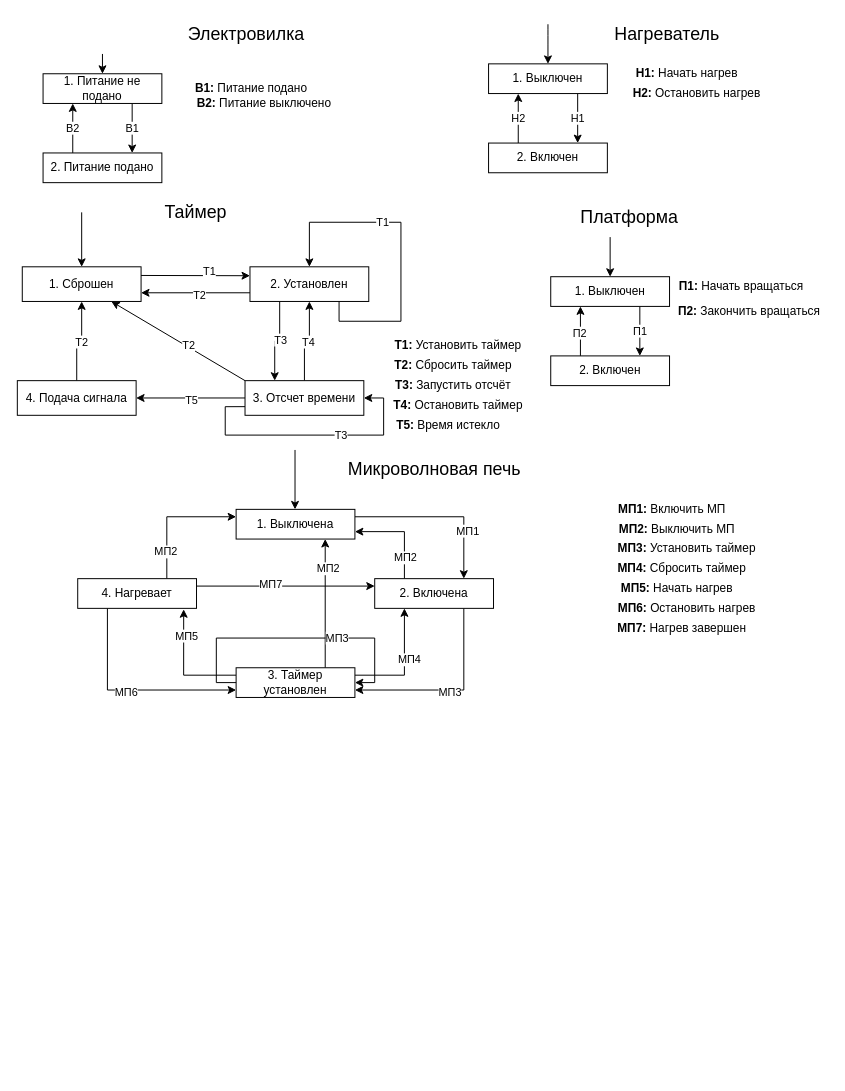
Earlier version of the draw.io diagram page "ДПС" (2 of 6) of eduSem_4/objectOrientedProgramming/LR_5/AndreevAA_LR5_UML.drawio (AndreevAA/BMSTU). Source tidied: cells renumbered, new cells numbered last; positions are measured from the earlier drawing's top-left corner, leaving out a move shared by most shapes. Both pictures are drawn from the tidied source at 99%, with x=0, y=0 at pixel (17, 24).
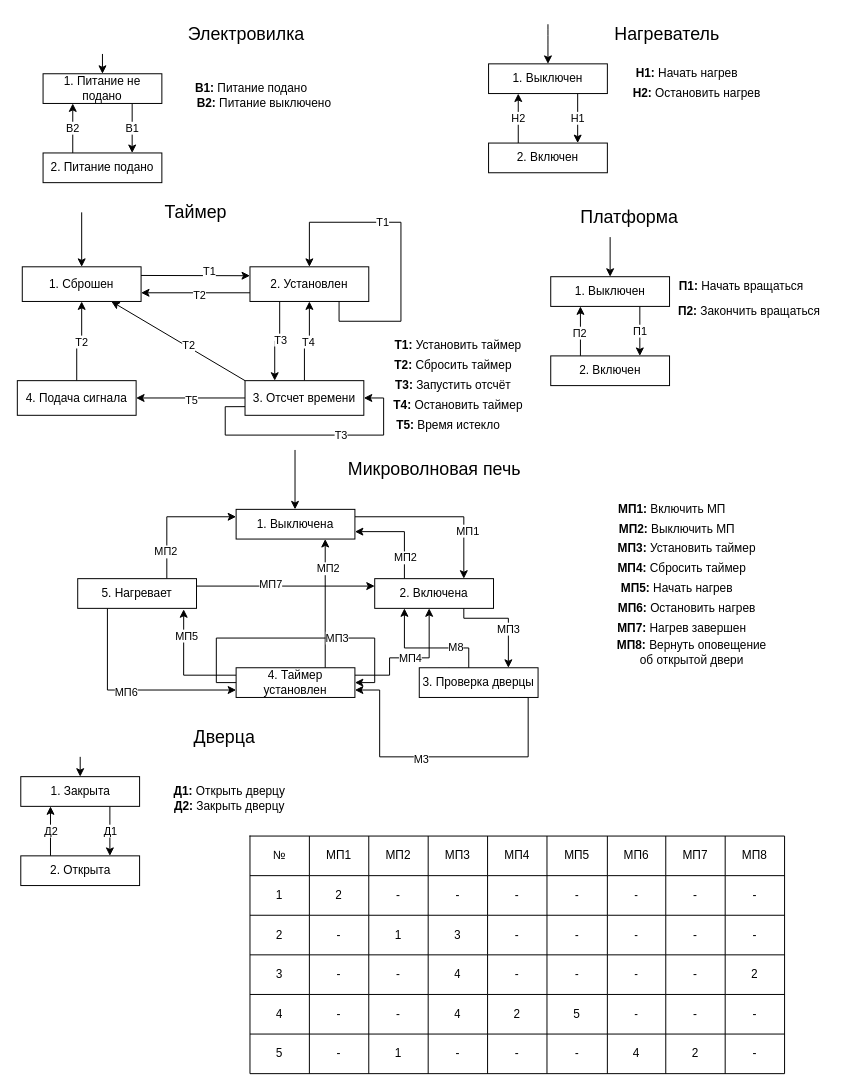
Above is the later version.

The change refers to these unchanged cells:
```xml
<mxCell id="60" value="2. Включена" style="rounded=0;whiteSpace=wrap;html=1;" parent="1" vertex="1">
  <mxGeometry x="361" y="560" width="120" height="30" as="geometry" />
</mxCell>
```

The edit, as a diff of the source:
```diff
@@
-    <mxCell id="58" style="edgeStyle=orthogonalEdgeStyle;rounded=0;jettySize=auto;html=1;exitX=0.75;exitY=1;exitDx=0;exitDy=0;entryX=1;entryY=0.75;entryDx=0;entryDy=0;" parent="1" edge="1" source="60" target="67">
-      <mxGeometry relative="1" as="geometry" />
+    <mxCell id="58" style="edgeStyle=orthogonalEdgeStyle;rounded=0;jettySize=auto;html=1;exitX=0.75;exitY=1;exitDx=0;exitDy=0;entryX=0.75;entryY=0;entryDx=0;entryDy=0;" parent="1" edge="1" source="60" target="100">
+      <mxGeometry relative="1" as="geometry">
+        <Array as="points">
+          <mxPoint x="451" y="600" />
+          <mxPoint x="496" y="600" />
+        </Array>
+      </mxGeometry>
     </mxCell>
     <mxCell id="59" value="МП3" style="edgeLabel;html=1;align=center;verticalAlign=middle;" parent="58" vertex="1">
       <mxGeometry x="0.02" y="2" relative="1" as="geometry">
-        <mxPoint x="1" as="offset" />
+        <mxPoint y="12" as="offset" />
       </mxGeometry>
     </mxCell>
@@
-    <mxCell id="65" style="edgeStyle=orthogonalEdgeStyle;rounded=0;jettySize=auto;html=1;exitX=1;exitY=0.25;exitDx=0;exitDy=0;entryX=0.25;entryY=1;entryDx=0;entryDy=0;" parent="1" edge="1" source="67" target="60">
-      <mxGeometry relative="1" as="geometry" />
+    <mxCell id="65" style="edgeStyle=orthogonalEdgeStyle;rounded=0;jettySize=auto;html=1;exitX=1;exitY=0.25;exitDx=0;exitDy=0;" parent="1" edge="1" source="67">
+      <mxGeometry relative="1" as="geometry">
+        <mxPoint x="416" y="590" as="targetPoint" />
+        <Array as="points">
+          <mxPoint x="376" y="658" />
+          <mxPoint x="376" y="640" />
+          <mxPoint x="416" y="640" />
+        </Array>
+      </mxGeometry>
     </mxCell>
     <mxCell id="66" value="МП4" style="edgeLabel;html=1;align=center;verticalAlign=middle;" parent="65" vertex="1">
-      <mxGeometry x="0.13" y="-4" relative="1" as="geometry" />
+      <mxGeometry x="0.13" y="-4" relative="1" as="geometry">
+        <mxPoint x="-8" y="-4" as="offset" />
+      </mxGeometry>
     </mxCell>
-    <mxCell id="67" value="3. Таймер установлен" style="rounded=0;whiteSpace=wrap;html=1;" parent="1" vertex="1">
+    <mxCell id="67" value="4. Таймер установлен" style="rounded=0;whiteSpace=wrap;html=1;" parent="1" vertex="1">
       <mxGeometry x="221" y="650" width="120" height="30" as="geometry" />
     </mxCell>
@@
-    <mxCell id="74" value="4. Нагревает" style="rounded=0;whiteSpace=wrap;html=1;" parent="1" vertex="1">
+    <mxCell id="74" value="5. Нагревает" style="rounded=0;whiteSpace=wrap;html=1;" parent="1" vertex="1">
       <mxGeometry x="61" y="560" width="120" height="30" as="geometry" />
     </mxCell>
@@
+    <mxCell id="89" value="Д2" style="edgeStyle=orthogonalEdgeStyle;rounded=0;jettySize=auto;html=1;exitX=0.25;exitY=0;exitDx=0;exitDy=0;entryX=0.25;entryY=1;entryDx=0;entryDy=0;" parent="1" edge="1" source="90" target="92">
+      <mxGeometry relative="1" as="geometry" />
+    </mxCell>
+    <mxCell id="90" value="2. Открыта" style="rounded=0;whiteSpace=wrap;html=1;" parent="1" vertex="1">
+      <mxGeometry x="3.5" y="840" width="120" height="30" as="geometry" />
+    </mxCell>
+    <mxCell id="91" value="Д1" style="edgeStyle=orthogonalEdgeStyle;rounded=0;jettySize=auto;html=1;entryX=0.75;entryY=0;entryDx=0;entryDy=0;exitX=0.75;exitY=1;exitDx=0;exitDy=0;" parent="1" edge="1" source="92" target="90">
+      <mxGeometry relative="1" as="geometry" />
+    </mxCell>
+    <mxCell id="92" value="1. Закрыта" style="rounded=0;whiteSpace=wrap;html=1;" parent="1" vertex="1">
+      <mxGeometry x="3.5" y="760" width="120" height="30" as="geometry" />
+    </mxCell>
+    <mxCell id="93" style="endArrow=classic;html=1;entryX=0.5;entryY=0;entryDx=0;entryDy=0;" parent="1" edge="1" target="92">
+      <mxGeometry relative="1" as="geometry">
+        <mxPoint x="63.5" y="740" as="sourcePoint" />
+      </mxGeometry>
+    </mxCell>
+    <mxCell id="94" value="&lt;span style=&quot;font-size: 18px&quot;&gt;Дверца&lt;/span&gt;" style="text;html=1;align=center;verticalAlign=middle;" parent="1" vertex="1">
+      <mxGeometry x="168.5" y="710" width="80" height="20" as="geometry" />
+    </mxCell>
+    <mxCell id="95" value="&lt;b&gt;Д1: &lt;/b&gt;Открыть дверцу" style="text;html=1;align=center;verticalAlign=middle;" parent="1" vertex="1">
+      <mxGeometry x="148.5" y="765" width="130" height="20" as="geometry" />
+    </mxCell>
+    <mxCell id="96" value="&lt;b&gt;Д2:&lt;/b&gt; Закрыть дверцу" style="text;html=1;align=center;verticalAlign=middle;" parent="1" vertex="1">
+      <mxGeometry x="148.5" y="780" width="130" height="20" as="geometry" />
+    </mxCell>
+    <mxCell id="97" value="М8" style="edgeStyle=orthogonalEdgeStyle;rounded=0;jettySize=auto;html=1;exitX=0.25;exitY=0;exitDx=0;exitDy=0;entryX=0.25;entryY=1;entryDx=0;entryDy=0;" parent="1" edge="1" source="100" target="60">
+      <mxGeometry relative="1" as="geometry">
+        <Array as="points">
+          <mxPoint x="456" y="670" />
+          <mxPoint x="456" y="630" />
+          <mxPoint x="391" y="630" />
+        </Array>
+      </mxGeometry>
+    </mxCell>
+    <mxCell id="98" style="edgeStyle=orthogonalEdgeStyle;rounded=0;jettySize=auto;html=1;exitX=0.75;exitY=1;exitDx=0;exitDy=0;entryX=1;entryY=0.75;entryDx=0;entryDy=0;" parent="1" edge="1" source="100" target="67">
+      <mxGeometry relative="1" as="geometry">
+        <Array as="points">
+          <mxPoint x="516" y="680" />
+          <mxPoint x="516" y="740" />
+          <mxPoint x="366" y="740" />
+          <mxPoint x="366" y="673" />
+        </Array>
+      </mxGeometry>
+    </mxCell>
+    <mxCell id="99" value="М3" style="edgeLabel;html=1;align=center;verticalAlign=middle;" parent="98" vertex="1">
+      <mxGeometry x="0.17" y="2" relative="1" as="geometry" />
+    </mxCell>
+    <mxCell id="100" value="3. Проверка дверцы" style="rounded=0;whiteSpace=wrap;html=1;" parent="1" vertex="1">
+      <mxGeometry x="406" y="650" width="120" height="30" as="geometry" />
+    </mxCell>
+    <mxCell id="101" value="&lt;b&gt;МП8: &lt;/b&gt;Вернуть оповещение &lt;br&gt;об открытой двери" style="text;html=1;align=center;verticalAlign=middle;" parent="1" vertex="1">
+      <mxGeometry x="596" y="620" width="170" height="30" as="geometry" />
+    </mxCell>
+    <mxCell id="102" style="shape=table;html=1;whiteSpace=wrap;startSize=0;childLayout=tableLayout;" parent="1" vertex="1">
+      <mxGeometry x="235" y="820" width="540" height="240" as="geometry" />
+    </mxCell>
+    <mxCell id="103" style="shape=partialRectangle;html=1;whiteSpace=wrap;fillColor=none;top=0;left=0;bottom=0;right=0;" parent="102" vertex="1">
+      <mxGeometry width="540" height="40" as="geometry" />
+    </mxCell>
+    <mxCell id="104" value="№" style="shape=partialRectangle;html=1;whiteSpace=wrap;overflow=hidden;fillColor=none;top=0;left=0;bottom=0;right=0;" parent="103" vertex="1">
+      <mxGeometry width="60" height="40" as="geometry" />
+    </mxCell>
+    <mxCell id="105" value="МП1" style="shape=partialRectangle;html=1;whiteSpace=wrap;overflow=hidden;fillColor=none;top=0;left=0;bottom=0;right=0;" parent="103" vertex="1">
+      <mxGeometry x="60" width="60" height="40" as="geometry" />
+    </mxCell>
+    <mxCell id="106" value="&lt;span&gt;МП2&lt;/span&gt;" style="shape=partialRectangle;html=1;whiteSpace=wrap;overflow=hidden;fillColor=none;top=0;left=0;bottom=0;right=0;" parent="103" vertex="1">
+      <mxGeometry x="120" width="60" height="40" as="geometry" />
+    </mxCell>
+    <mxCell id="107" value="&lt;span&gt;МП3&lt;/span&gt;" style="shape=partialRectangle;html=1;whiteSpace=wrap;overflow=hidden;fillColor=none;top=0;left=0;bottom=0;right=0;" parent="103" vertex="1">
+      <mxGeometry x="180" width="60" height="40" as="geometry" />
+    </mxCell>
+    <mxCell id="108" value="&lt;span&gt;МП4&lt;/span&gt;" style="shape=partialRectangle;html=1;whiteSpace=wrap;overflow=hidden;fillColor=none;top=0;left=0;bottom=0;right=0;" parent="103" vertex="1">
+      <mxGeometry x="240" width="60" height="40" as="geometry" />
+    </mxCell>
+    <mxCell id="109" value="&lt;span&gt;МП5&lt;/span&gt;" style="shape=partialRectangle;html=1;whiteSpace=wrap;overflow=hidden;fillColor=none;top=0;left=0;bottom=0;right=0;" parent="103" vertex="1">
+      <mxGeometry x="300" width="61" height="40" as="geometry" />
+    </mxCell>
+    <mxCell id="110" value="&lt;span&gt;МП6&lt;/span&gt;" style="shape=partialRectangle;html=1;whiteSpace=wrap;overflow=hidden;fillColor=none;top=0;left=0;bottom=0;right=0;" parent="103" vertex="1">
+      <mxGeometry x="361" width="59" height="40" as="geometry" />
+    </mxCell>
+    <mxCell id="111" value="&lt;span&gt;МП7&lt;/span&gt;" style="shape=partialRectangle;html=1;whiteSpace=wrap;overflow=hidden;fillColor=none;top=0;left=0;bottom=0;right=0;" parent="103" vertex="1">
+      <mxGeometry x="420" width="60" height="40" as="geometry" />
+    </mxCell>
+    <mxCell id="112" value="&lt;span&gt;МП8&lt;/span&gt;" style="shape=partialRectangle;html=1;whiteSpace=wrap;overflow=hidden;fillColor=none;top=0;left=0;bottom=0;right=0;" parent="103" vertex="1">
+      <mxGeometry x="480" width="60" height="40" as="geometry" />
+    </mxCell>
+    <mxCell id="113" style="shape=partialRectangle;html=1;whiteSpace=wrap;fillColor=none;top=0;left=0;bottom=0;right=0;" parent="102" vertex="1">
+      <mxGeometry y="40" width="540" height="40" as="geometry" />
+    </mxCell>
+    <mxCell id="114" value="1" style="shape=partialRectangle;html=1;whiteSpace=wrap;overflow=hidden;fillColor=none;top=0;left=0;bottom=0;right=0;" parent="113" vertex="1">
+      <mxGeometry width="60" height="40" as="geometry" />
+    </mxCell>
+    <mxCell id="115" value="2" style="shape=partialRectangle;html=1;whiteSpace=wrap;overflow=hidden;fillColor=none;top=0;left=0;bottom=0;right=0;" parent="113" vertex="1">
+      <mxGeometry x="60" width="60" height="40" as="geometry" />
+    </mxCell>
+    <mxCell id="116" value="-" style="shape=partialRectangle;html=1;whiteSpace=wrap;overflow=hidden;fillColor=none;top=0;left=0;bottom=0;right=0;" parent="113" vertex="1">
+      <mxGeometry x="120" width="60" height="40" as="geometry" />
+    </mxCell>
+    <mxCell id="117" value="-" style="shape=partialRectangle;html=1;whiteSpace=wrap;overflow=hidden;fillColor=none;top=0;left=0;bottom=0;right=0;" parent="113" vertex="1">
+      <mxGeometry x="180" width="60" height="40" as="geometry" />
+    </mxCell>
+    <mxCell id="118" value="-" style="shape=partialRectangle;html=1;whiteSpace=wrap;overflow=hidden;fillColor=none;top=0;left=0;bottom=0;right=0;" parent="113" vertex="1">
+      <mxGeometry x="240" width="60" height="40" as="geometry" />
+    </mxCell>
+    <mxCell id="119" value="-" style="shape=partialRectangle;html=1;whiteSpace=wrap;overflow=hidden;fillColor=none;top=0;left=0;bottom=0;right=0;" parent="113" vertex="1">
+      <mxGeometry x="300" width="61" height="40" as="geometry" />
+    </mxCell>
+    <mxCell id="120" value="-" style="shape=partialRectangle;html=1;whiteSpace=wrap;overflow=hidden;fillColor=none;top=0;left=0;bottom=0;right=0;" parent="113" vertex="1">
+      <mxGeometry x="361" width="59" height="40" as="geometry" />
+    </mxCell>
+    <mxCell id="121" value="-" style="shape=partialRectangle;html=1;whiteSpace=wrap;overflow=hidden;fillColor=none;top=0;left=0;bottom=0;right=0;" parent="113" vertex="1">
+      <mxGeometry x="420" width="60" height="40" as="geometry" />
+    </mxCell>
+    <mxCell id="122" value="-" style="shape=partialRectangle;html=1;whiteSpace=wrap;overflow=hidden;fillColor=none;top=0;left=0;bottom=0;right=0;" parent="113" vertex="1">
+      <mxGeometry x="480" width="60" height="40" as="geometry" />
+    </mxCell>
+    <mxCell id="123" style="shape=partialRectangle;html=1;whiteSpace=wrap;fillColor=none;top=0;left=0;bottom=0;right=0;" parent="102" vertex="1">
+      <mxGeometry y="80" width="540" height="40" as="geometry" />
+    </mxCell>
+    <mxCell id="124" value="2" style="shape=partialRectangle;html=1;whiteSpace=wrap;overflow=hidden;fillColor=none;top=0;left=0;bottom=0;right=0;" parent="123" vertex="1">
+      <mxGeometry width="60" height="40" as="geometry" />
+    </mxCell>
+    <mxCell id="125" value="-" style="shape=partialRectangle;html=1;whiteSpace=wrap;overflow=hidden;fillColor=none;top=0;left=0;bottom=0;right=0;" parent="123" vertex="1">
+      <mxGeometry x="60" width="60" height="40" as="geometry" />
+    </mxCell>
+    <mxCell id="126" value="1" style="shape=partialRectangle;html=1;whiteSpace=wrap;overflow=hidden;fillColor=none;top=0;left=0;bottom=0;right=0;" parent="123" vertex="1">
+      <mxGeometry x="120" width="60" height="40" as="geometry" />
+    </mxCell>
+    <mxCell id="127" value="3" style="shape=partialRectangle;html=1;whiteSpace=wrap;overflow=hidden;fillColor=none;top=0;left=0;bottom=0;right=0;" parent="123" vertex="1">
+      <mxGeometry x="180" width="60" height="40" as="geometry" />
+    </mxCell>
+    <mxCell id="128" value="-" style="shape=partialRectangle;html=1;whiteSpace=wrap;overflow=hidden;fillColor=none;top=0;left=0;bottom=0;right=0;" parent="123" vertex="1">
+      <mxGeometry x="240" width="60" height="40" as="geometry" />
+    </mxCell>
+    <mxCell id="129" value="-" style="shape=partialRectangle;html=1;whiteSpace=wrap;overflow=hidden;fillColor=none;top=0;left=0;bottom=0;right=0;" parent="123" vertex="1">
+      <mxGeometry x="300" width="61" height="40" as="geometry" />
+    </mxCell>
+    <mxCell id="130" value="-" style="shape=partialRectangle;html=1;whiteSpace=wrap;overflow=hidden;fillColor=none;top=0;left=0;bottom=0;right=0;" parent="123" vertex="1">
+      <mxGeometry x="361" width="59" height="40" as="geometry" />
+    </mxCell>
+    <mxCell id="131" value="-" style="shape=partialRectangle;html=1;whiteSpace=wrap;overflow=hidden;fillColor=none;top=0;left=0;bottom=0;right=0;" parent="123" vertex="1">
+      <mxGeometry x="420" width="60" height="40" as="geometry" />
+    </mxCell>
+    <mxCell id="132" value="-" style="shape=partialRectangle;html=1;whiteSpace=wrap;overflow=hidden;fillColor=none;top=0;left=0;bottom=0;right=0;" parent="123" vertex="1">
+      <mxGeometry x="480" width="60" height="40" as="geometry" />
+    </mxCell>
+    <mxCell id="133" style="shape=partialRectangle;html=1;whiteSpace=wrap;fillColor=none;top=0;left=0;bottom=0;right=0;" parent="102" vertex="1">
+      <mxGeometry y="120" width="540" height="40" as="geometry" />
+    </mxCell>
+    <mxCell id="134" value="3" style="shape=partialRectangle;html=1;whiteSpace=wrap;overflow=hidden;fillColor=none;top=0;left=0;bottom=0;right=0;" parent="133" vertex="1">
+      <mxGeometry width="60" height="40" as="geometry" />
+    </mxCell>
+    <mxCell id="135" value="-" style="shape=partialRectangle;html=1;whiteSpace=wrap;overflow=hidden;fillColor=none;top=0;left=0;bottom=0;right=0;" parent="133" vertex="1">
+      <mxGeometry x="60" width="60" height="40" as="geometry" />
+    </mxCell>
+    <mxCell id="136" value="-" style="shape=partialRectangle;html=1;whiteSpace=wrap;overflow=hidden;fillColor=none;top=0;left=0;bottom=0;right=0;" parent="133" vertex="1">
+      <mxGeometry x="120" width="60" height="40" as="geometry" />
+    </mxCell>
+    <mxCell id="137" value="4" style="shape=partialRectangle;html=1;whiteSpace=wrap;overflow=hidden;fillColor=none;top=0;left=0;bottom=0;right=0;" parent="133" vertex="1">
+      <mxGeometry x="180" width="60" height="40" as="geometry" />
+    </mxCell>
+    <mxCell id="138" value="-" style="shape=partialRectangle;html=1;whiteSpace=wrap;overflow=hidden;fillColor=none;top=0;left=0;bottom=0;right=0;" parent="133" vertex="1">
+      <mxGeometry x="240" width="60" height="40" as="geometry" />
+    </mxCell>
+    <mxCell id="139" value="-" style="shape=partialRectangle;html=1;whiteSpace=wrap;overflow=hidden;fillColor=none;top=0;left=0;bottom=0;right=0;" parent="133" vertex="1">
+      <mxGeometry x="300" width="61" height="40" as="geometry" />
+    </mxCell>
+    <mxCell id="140" value="-" style="shape=partialRectangle;html=1;whiteSpace=wrap;overflow=hidden;fillColor=none;top=0;left=0;bottom=0;right=0;" parent="133" vertex="1">
+      <mxGeometry x="361" width="59" height="40" as="geometry" />
+    </mxCell>
+    <mxCell id="141" value="-" style="shape=partialRectangle;html=1;whiteSpace=wrap;overflow=hidden;fillColor=none;top=0;left=0;bottom=0;right=0;" parent="133" vertex="1">
+      <mxGeometry x="420" width="60" height="40" as="geometry" />
+    </mxCell>
+    <mxCell id="142" value="2" style="shape=partialRectangle;html=1;whiteSpace=wrap;overflow=hidden;fillColor=none;top=0;left=0;bottom=0;right=0;" parent="133" vertex="1">
+      <mxGeometry x="480" width="60" height="40" as="geometry" />
+    </mxCell>
+    <mxCell id="143" style="shape=partialRectangle;html=1;whiteSpace=wrap;fillColor=none;top=0;left=0;bottom=0;right=0;" parent="102" vertex="1">
+      <mxGeometry y="160" width="540" height="40" as="geometry" />
+    </mxCell>
+    <mxCell id="144" value="4" style="shape=partialRectangle;html=1;whiteSpace=wrap;overflow=hidden;fillColor=none;top=0;left=0;bottom=0;right=0;" parent="143" vertex="1">
+      <mxGeometry width="60" height="40" as="geometry" />
+    </mxCell>
+    <mxCell id="145" value="-" style="shape=partialRectangle;html=1;whiteSpace=wrap;overflow=hidden;fillColor=none;top=0;left=0;bottom=0;right=0;" parent="143" vertex="1">
+      <mxGeometry x="60" width="60" height="40" as="geometry" />
+    </mxCell>
+    <mxCell id="146" value="-" style="shape=partialRectangle;html=1;whiteSpace=wrap;overflow=hidden;fillColor=none;top=0;left=0;bottom=0;right=0;" parent="143" vertex="1">
+      <mxGeometry x="120" width="60" height="40" as="geometry" />
+    </mxCell>
+    <mxCell id="147" value="4" style="shape=partialRectangle;html=1;whiteSpace=wrap;overflow=hidden;fillColor=none;top=0;left=0;bottom=0;right=0;" parent="143" vertex="1">
+      <mxGeometry x="180" width="60" height="40" as="geometry" />
+    </mxCell>
+    <mxCell id="148" value="2" style="shape=partialRectangle;html=1;whiteSpace=wrap;overflow=hidden;fillColor=none;top=0;left=0;bottom=0;right=0;" parent="143" vertex="1">
+      <mxGeometry x="240" width="60" height="40" as="geometry" />
+    </mxCell>
+    <mxCell id="149" value="5" style="shape=partialRectangle;html=1;whiteSpace=wrap;overflow=hidden;fillColor=none;top=0;left=0;bottom=0;right=0;" parent="143" vertex="1">
+      <mxGeometry x="300" width="61" height="40" as="geometry" />
+    </mxCell>
+    <mxCell id="150" value="-" style="shape=partialRectangle;html=1;whiteSpace=wrap;overflow=hidden;fillColor=none;top=0;left=0;bottom=0;right=0;" parent="143" vertex="1">
+      <mxGeometry x="361" width="59" height="40" as="geometry" />
+    </mxCell>
+    <mxCell id="151" value="-" style="shape=partialRectangle;html=1;whiteSpace=wrap;overflow=hidden;fillColor=none;top=0;left=0;bottom=0;right=0;" parent="143" vertex="1">
+      <mxGeometry x="420" width="60" height="40" as="geometry" />
+    </mxCell>
+    <mxCell id="152" value="-" style="shape=partialRectangle;html=1;whiteSpace=wrap;overflow=hidden;fillColor=none;top=0;left=0;bottom=0;right=0;" parent="143" vertex="1">
+      <mxGeometry x="480" width="60" height="40" as="geometry" />
+    </mxCell>
+    <mxCell id="153" style="shape=partialRectangle;html=1;whiteSpace=wrap;fillColor=none;top=0;left=0;bottom=0;right=0;" parent="102" vertex="1">
+      <mxGeometry y="200" width="540" height="40" as="geometry" />
+    </mxCell>
+    <mxCell id="154" value="5" style="shape=partialRectangle;html=1;whiteSpace=wrap;overflow=hidden;fillColor=none;top=0;left=0;bottom=0;right=0;" parent="153" vertex="1">
+      <mxGeometry width="60" height="40" as="geometry" />
+    </mxCell>
+    <mxCell id="155" value="-" style="shape=partialRectangle;html=1;whiteSpace=wrap;overflow=hidden;fillColor=none;top=0;left=0;bottom=0;right=0;" parent="153" vertex="1">
+      <mxGeometry x="60" width="60" height="40" as="geometry" />
+    </mxCell>
+    <mxCell id="156" value="1" style="shape=partialRectangle;html=1;whiteSpace=wrap;overflow=hidden;fillColor=none;top=0;left=0;bottom=0;right=0;" parent="153" vertex="1">
+      <mxGeometry x="120" width="60" height="40" as="geometry" />
+    </mxCell>
+    <mxCell id="157" value="-" style="shape=partialRectangle;html=1;whiteSpace=wrap;overflow=hidden;fillColor=none;top=0;left=0;bottom=0;right=0;" parent="153" vertex="1">
+      <mxGeometry x="180" width="60" height="40" as="geometry" />
+    </mxCell>
+    <mxCell id="158" value="-" style="shape=partialRectangle;html=1;whiteSpace=wrap;overflow=hidden;fillColor=none;top=0;left=0;bottom=0;right=0;" parent="153" vertex="1">
+      <mxGeometry x="240" width="60" height="40" as="geometry" />
+    </mxCell>
+    <mxCell id="159" value="-" style="shape=partialRectangle;html=1;whiteSpace=wrap;overflow=hidden;fillColor=none;top=0;left=0;bottom=0;right=0;" parent="153" vertex="1">
+      <mxGeometry x="300" width="61" height="40" as="geometry" />
+    </mxCell>
+    <mxCell id="160" value="4" style="shape=partialRectangle;html=1;whiteSpace=wrap;overflow=hidden;fillColor=none;top=0;left=0;bottom=0;right=0;" parent="153" vertex="1">
+      <mxGeometry x="361" width="59" height="40" as="geometry" />
+    </mxCell>
+    <mxCell id="161" value="2" style="shape=partialRectangle;html=1;whiteSpace=wrap;overflow=hidden;fillColor=none;top=0;left=0;bottom=0;right=0;" parent="153" vertex="1">
+      <mxGeometry x="420" width="60" height="40" as="geometry" />
+    </mxCell>
+    <mxCell id="162" value="-" style="shape=partialRectangle;html=1;whiteSpace=wrap;overflow=hidden;fillColor=none;top=0;left=0;bottom=0;right=0;" parent="153" vertex="1">
+      <mxGeometry x="480" width="60" height="40" as="geometry" />
+    </mxCell>
```
